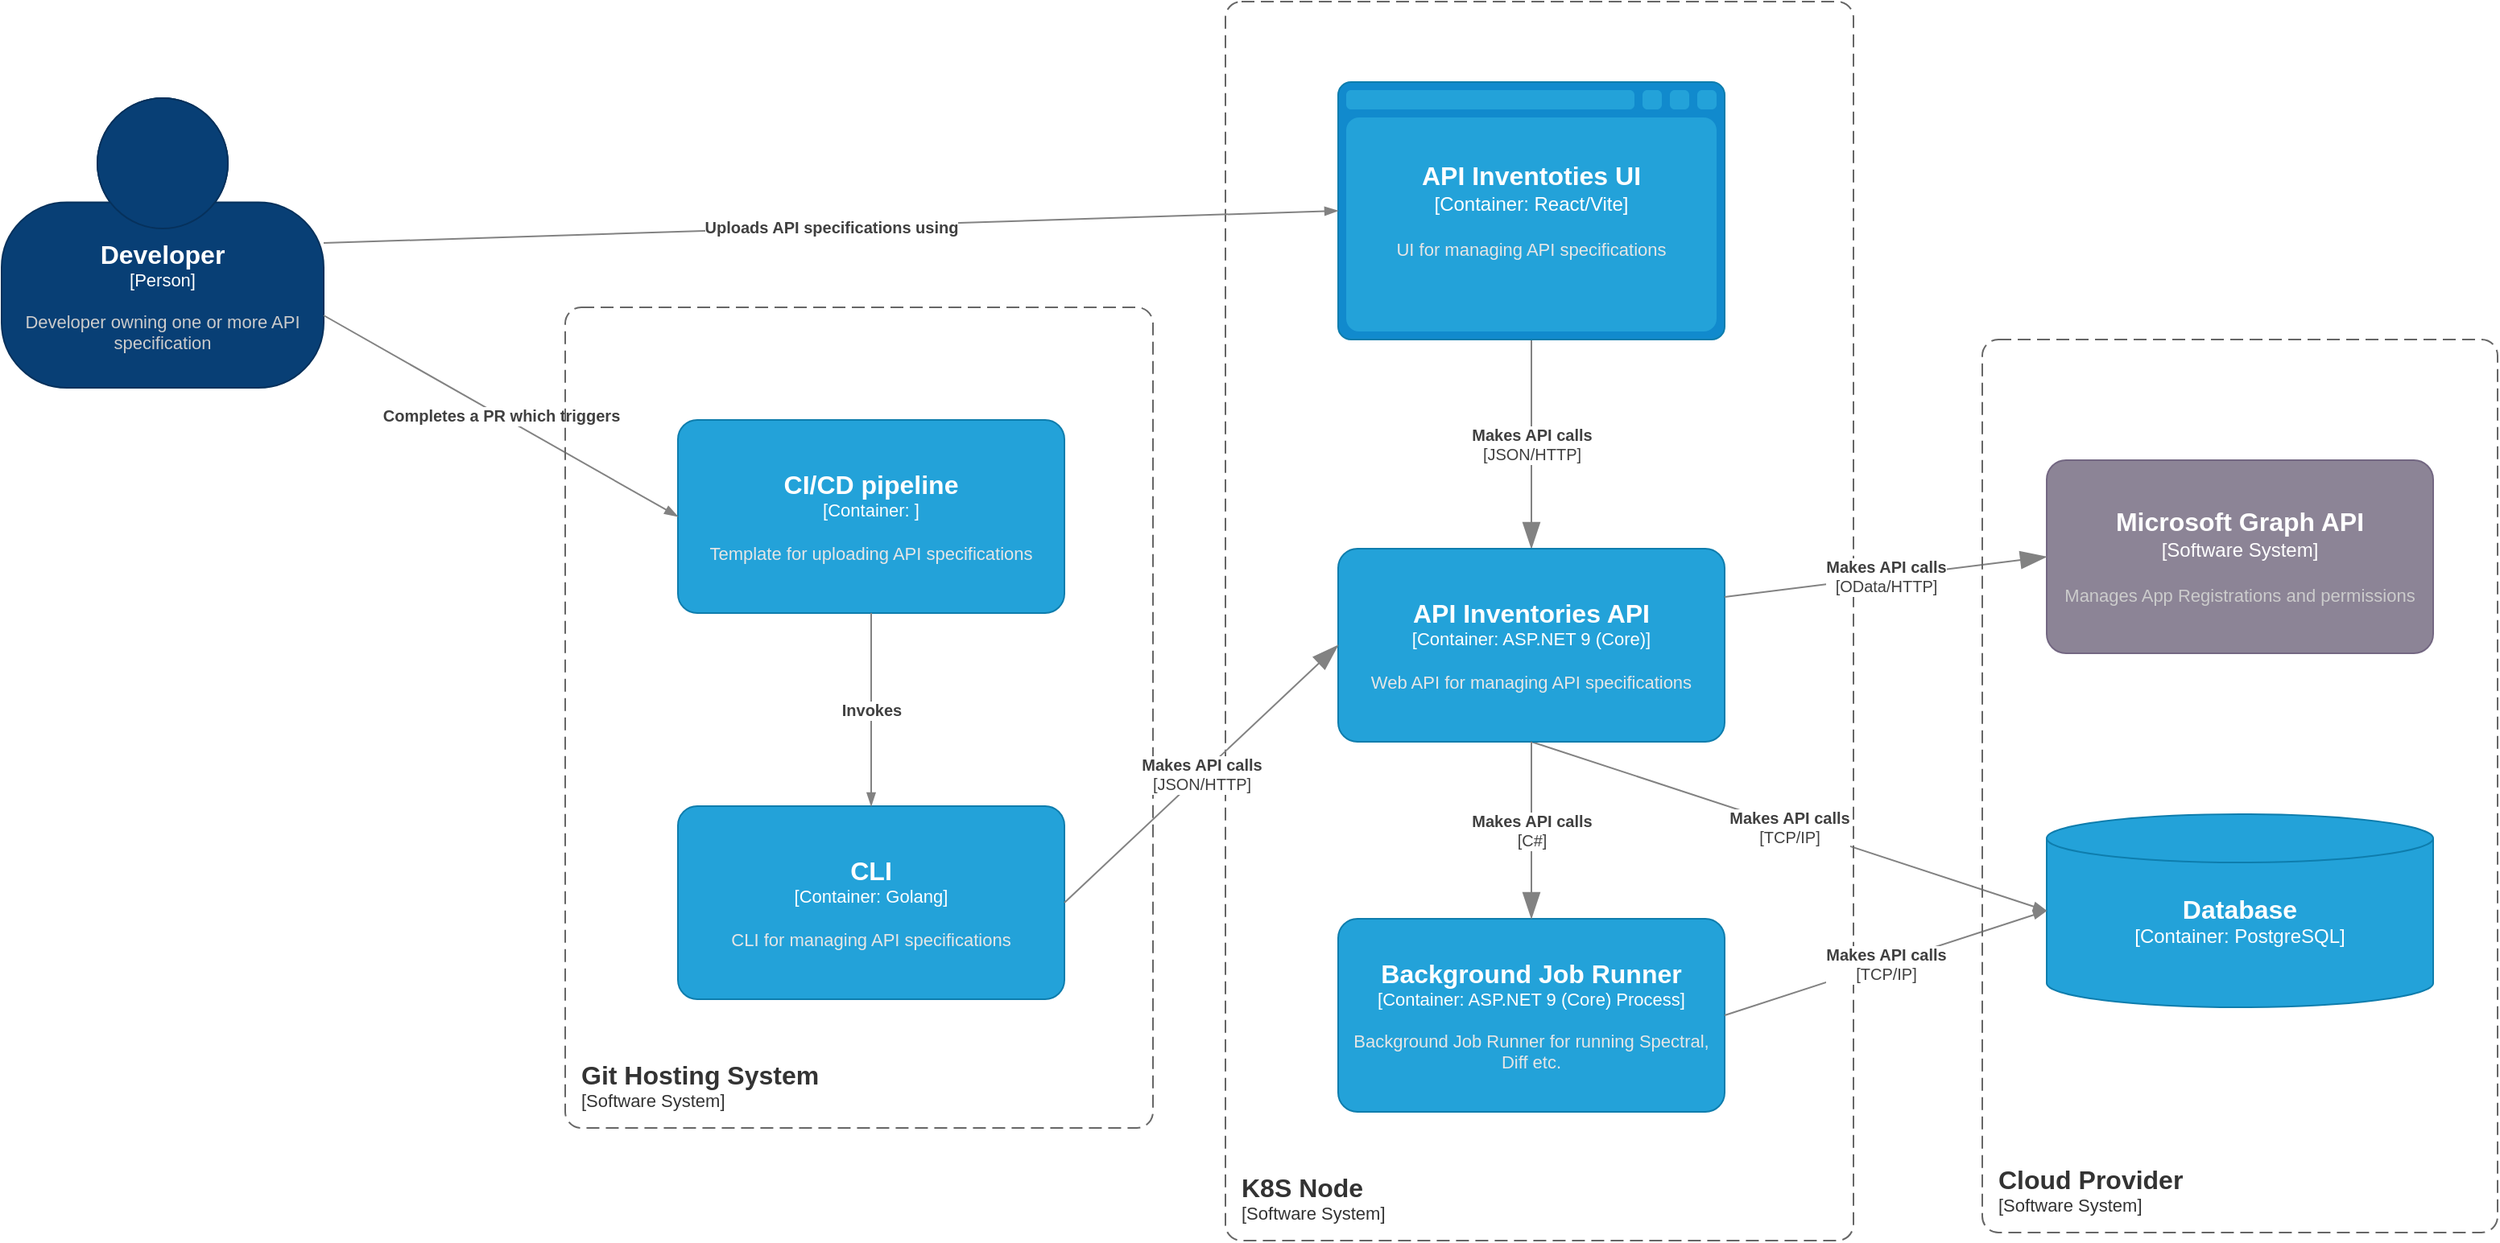
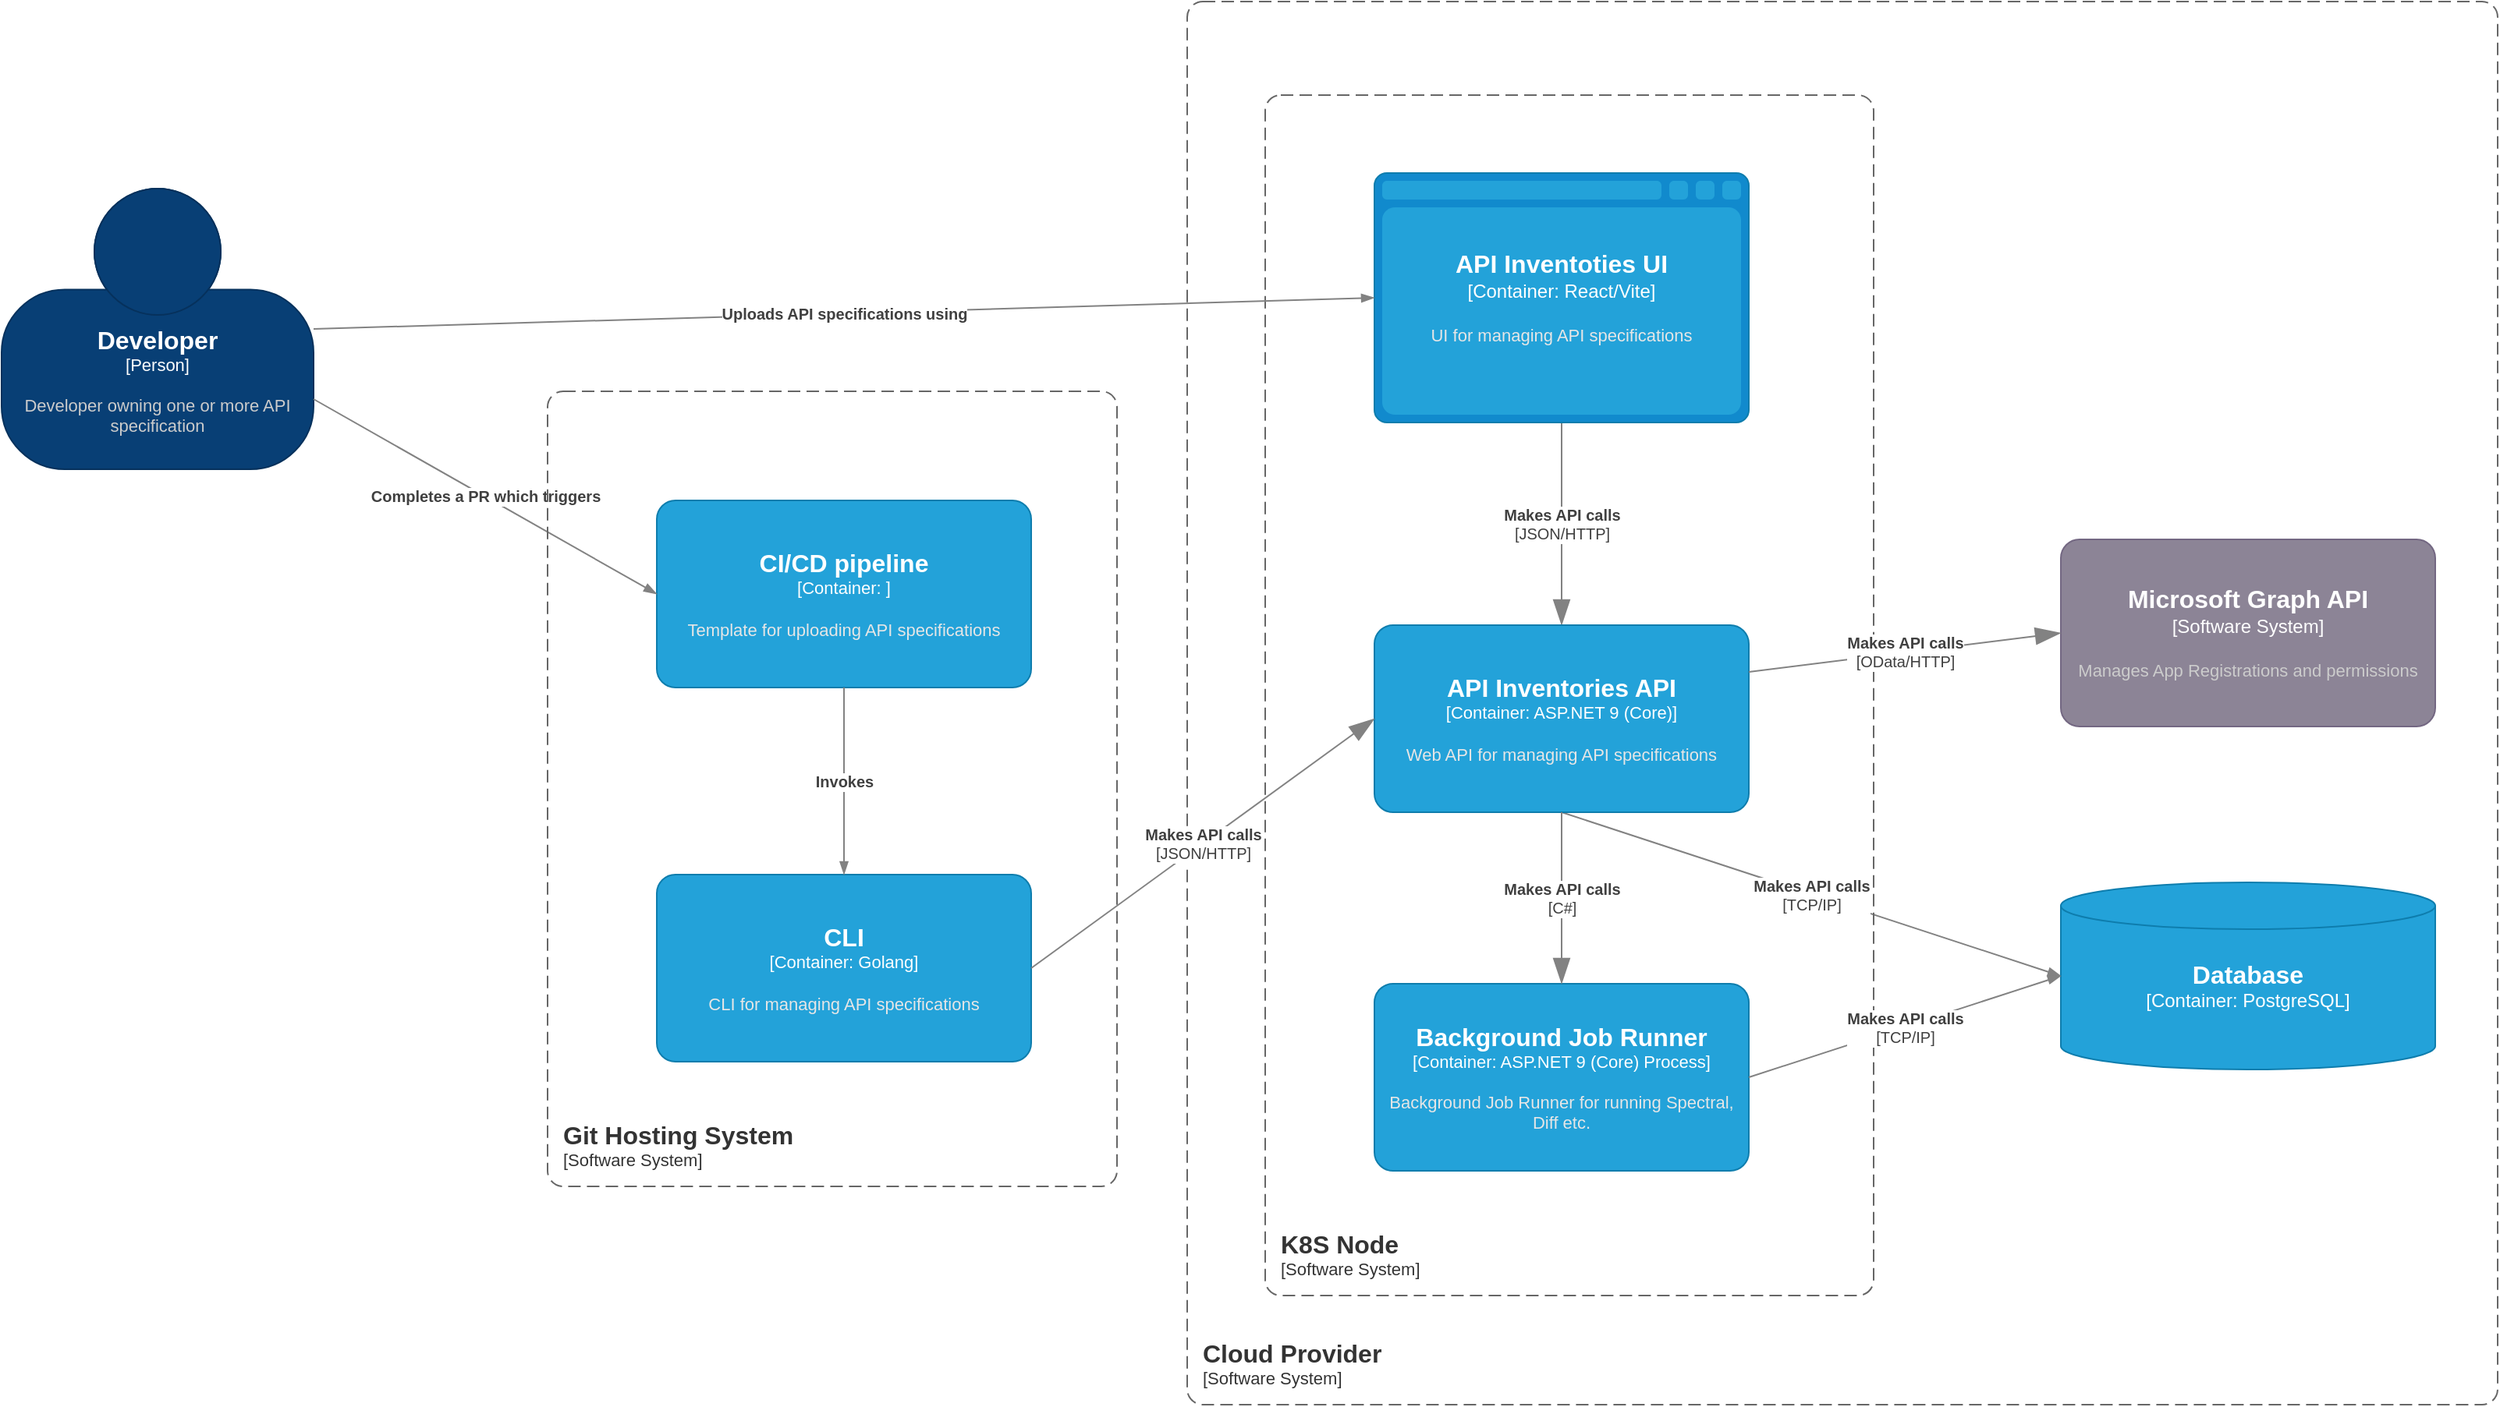
<mxfile host="app.diagrams.net" agent="Mozilla/5.0 (Windows NT 10.0; Win64; x64) AppleWebKit/537.36 (KHTML, like Gecko) Chrome/146.0.0.0 Safari/537.36 Edg/146.0.0.0" version="29.6.4">
  <diagram name="C4 Context &amp; Container" id="fOmqBhYsta5H_jz-EXm5">
-     <mxGraphModel dx="3290" dy="1591" grid="1" gridSize="10" guides="1" tooltips="1" connect="1" arrows="1" fold="1" page="1" pageScale="1" pageWidth="850" pageHeight="1100" math="0" shadow="0">
+     <mxGraphModel dx="2728" dy="1311" grid="1" gridSize="10" guides="1" tooltips="1" connect="1" arrows="1" fold="1" page="1" pageScale="1" pageWidth="850" pageHeight="1100" math="0" shadow="0">
      <root>
        <mxCell id="0" />
        <mxCell id="1" parent="0" />
        <object placeholders="1" c4Type="Relationship" c4Technology="JSON/HTTP" c4Description="Makes API calls" label="&lt;div style=&quot;text-align: left&quot;&gt;&lt;div style=&quot;text-align: center&quot;&gt;&lt;b&gt;%c4Description%&lt;/b&gt;&lt;/div&gt;&lt;div style=&quot;text-align: center&quot;&gt;[%c4Technology%]&lt;/div&gt;&lt;/div&gt;" id="-pspqKJEMBT0f_0I9po2-20">
          <mxCell edge="1" parent="1" source="-pspqKJEMBT0f_0I9po2-53" style="endArrow=blockThin;html=1;fontSize=10;fontColor=#404040;strokeWidth=1;endFill=1;strokeColor=#828282;elbow=vertical;metaEdit=1;endSize=14;startSize=14;jumpStyle=arc;jumpSize=16;rounded=0;edgeStyle=orthogonalEdgeStyle;exitX=0.5;exitY=1;exitDx=0;exitDy=0;exitPerimeter=0;entryX=0.5;entryY=0;entryDx=0;entryDy=0;entryPerimeter=0;" target="-pspqKJEMBT0f_0I9po2-54">
            <mxGeometry relative="1" width="240" as="geometry">
-               <mxPoint x="-260" y="760" as="sourcePoint" />
-               <mxPoint x="-20" y="760" as="targetPoint" />
+               <mxPoint x="-210" y="760" as="sourcePoint" />
+               <mxPoint x="30" y="760" as="targetPoint" />
            </mxGeometry>
          </mxCell>
        </object>
        <object placeholders="1" c4Name="CLI" c4Type="Container" c4Technology="Golang" c4Description="CLI for managing API specifications" label="&lt;font style=&quot;font-size: 16px&quot;&gt;&lt;b&gt;%c4Name%&lt;/b&gt;&lt;/font&gt;&lt;div&gt;[%c4Type%: %c4Technology%]&lt;/div&gt;&lt;br&gt;&lt;div&gt;&lt;font style=&quot;font-size: 11px&quot;&gt;&lt;font color=&quot;#E6E6E6&quot;&gt;%c4Description%&lt;/font&gt;&lt;/div&gt;" id="-pspqKJEMBT0f_0I9po2-23">
          <mxCell parent="1" style="rounded=1;whiteSpace=wrap;html=1;fontSize=11;labelBackgroundColor=none;fillColor=#23A2D9;fontColor=#ffffff;align=center;arcSize=10;strokeColor=#0E7DAD;metaEdit=1;resizable=0;points=[[0.25,0,0],[0.5,0,0],[0.75,0,0],[1,0.25,0],[1,0.5,0],[1,0.75,0],[0.75,1,0],[0.5,1,0],[0.25,1,0],[0,0.75,0],[0,0.5,0],[0,0.25,0]];" vertex="1">
            <mxGeometry height="120" width="240" x="-370" y="650" as="geometry" />
          </mxCell>
        </object>
        <object placeholders="1" c4Name="Developer" c4Type="Person" c4Description="Developer owning one or more API specification" label="&lt;font style=&quot;font-size: 16px&quot;&gt;&lt;b&gt;%c4Name%&lt;/b&gt;&lt;/font&gt;&lt;div&gt;[%c4Type%]&lt;/div&gt;&lt;br&gt;&lt;div&gt;&lt;font style=&quot;font-size: 11px&quot;&gt;&lt;font color=&quot;#cccccc&quot;&gt;%c4Description%&lt;/font&gt;&lt;/div&gt;" id="-pspqKJEMBT0f_0I9po2-50">
          <mxCell parent="1" style="html=1;fontSize=11;dashed=0;whiteSpace=wrap;fillColor=#083F75;strokeColor=#06315C;fontColor=#ffffff;shape=mxgraph.c4.person2;align=center;metaEdit=1;points=[[0.5,0,0],[1,0.5,0],[1,0.75,0],[0.75,1,0],[0.5,1,0],[0.25,1,0],[0,0.75,0],[0,0.5,0]];resizable=0;" vertex="1">
            <mxGeometry height="180" width="200" x="-790" y="210" as="geometry" />
          </mxCell>
        </object>
        <object placeholders="1" c4Type="Relationship" c4Technology="TCP/IP" c4Description="Makes API calls" label="&lt;div style=&quot;text-align: left&quot;&gt;&lt;div style=&quot;text-align: center&quot;&gt;&lt;b&gt;%c4Description%&lt;/b&gt;&lt;/div&gt;&lt;div style=&quot;text-align: center&quot;&gt;[%c4Technology%]&lt;/div&gt;&lt;/div&gt;" id="-pspqKJEMBT0f_0I9po2-51">
          <mxCell edge="1" parent="1" source="-pspqKJEMBT0f_0I9po2-54" style="endArrow=blockThin;html=1;fontSize=10;fontColor=#404040;strokeWidth=1;endFill=1;strokeColor=#828282;elbow=vertical;metaEdit=1;jumpStyle=arc;jumpSize=16;rounded=0;exitX=0.5;exitY=1;exitDx=0;exitDy=0;exitPerimeter=0;entryX=0;entryY=0.5;entryDx=0;entryDy=0;entryPerimeter=0;" target="-pspqKJEMBT0f_0I9po2-55">
            <mxGeometry relative="1" width="240" as="geometry">
-               <mxPoint x="-60" y="840" as="sourcePoint" />
-               <mxPoint x="770" y="570" as="targetPoint" />
+               <mxPoint x="-10" y="840" as="sourcePoint" />
+               <mxPoint x="820" y="570" as="targetPoint" />
            </mxGeometry>
          </mxCell>
        </object>
        <object placeholders="1" c4Name="K8S Node" c4Type="SystemScopeBoundary" c4Application="Software System" label="&lt;font style=&quot;font-size: 16px&quot;&gt;&lt;b&gt;&lt;div style=&quot;text-align: left&quot;&gt;%c4Name%&lt;/div&gt;&lt;/b&gt;&lt;/font&gt;&lt;div style=&quot;text-align: left&quot;&gt;[%c4Application%]&lt;/div&gt;" id="-pspqKJEMBT0f_0I9po2-52">
          <mxCell parent="1" style="rounded=1;fontSize=11;whiteSpace=wrap;html=1;dashed=1;arcSize=20;fillColor=none;strokeColor=#666666;fontColor=#333333;labelBackgroundColor=none;align=left;verticalAlign=bottom;labelBorderColor=none;spacingTop=0;spacing=10;dashPattern=8 4;metaEdit=1;rotatable=0;perimeter=rectanglePerimeter;noLabel=0;labelPadding=0;allowArrows=0;connectable=0;expand=0;recursiveResize=0;editable=1;pointerEvents=0;absoluteArcSize=1;points=[[0.25,0,0],[0.5,0,0],[0.75,0,0],[1,0.25,0],[1,0.5,0],[1,0.75,0],[0.75,1,0],[0.5,1,0],[0.25,1,0],[0,0.75,0],[0,0.5,0],[0,0.25,0]];" vertex="1">
-             <mxGeometry height="770" width="390" x="-30" y="150" as="geometry" />
+             <mxGeometry height="770" width="390" x="20" y="150" as="geometry" />
          </mxCell>
        </object>
        <object placeholders="1" c4Name="API Inventoties UI" c4Type="Container" c4Technology="React/Vite" c4Description="UI for managing API specifications" label="&lt;font style=&quot;font-size: 16px&quot;&gt;&lt;b&gt;%c4Name%&lt;/b&gt;&lt;/font&gt;&lt;div&gt;[%c4Type%:&amp;nbsp;%c4Technology%]&lt;/div&gt;&lt;br&gt;&lt;div&gt;&lt;font style=&quot;font-size: 11px&quot;&gt;&lt;font color=&quot;#E6E6E6&quot;&gt;%c4Description%&lt;/font&gt;&lt;/div&gt;" id="-pspqKJEMBT0f_0I9po2-53">
          <mxCell parent="1" style="shape=mxgraph.c4.webBrowserContainer2;whiteSpace=wrap;html=1;boundedLbl=1;rounded=0;labelBackgroundColor=none;strokeColor=#118ACD;fillColor=#23A2D9;strokeColor=#118ACD;strokeColor2=#0E7DAD;fontSize=12;fontColor=#ffffff;align=center;metaEdit=1;points=[[0.5,0,0],[1,0.25,0],[1,0.5,0],[1,0.75,0],[0.5,1,0],[0,0.75,0],[0,0.5,0],[0,0.25,0]];resizable=0;" vertex="1">
-             <mxGeometry height="160" width="240" x="40" y="200" as="geometry" />
+             <mxGeometry height="160" width="240" x="90" y="200" as="geometry" />
          </mxCell>
        </object>
        <object placeholders="1" c4Name="API Inventories API" c4Type="Container" c4Technology="ASP.NET 9 (Core)" c4Description="Web API for managing API specifications" label="&lt;font style=&quot;font-size: 16px&quot;&gt;&lt;b&gt;%c4Name%&lt;/b&gt;&lt;/font&gt;&lt;div&gt;[%c4Type%: %c4Technology%]&lt;/div&gt;&lt;br&gt;&lt;div&gt;&lt;font style=&quot;font-size: 11px&quot;&gt;&lt;font color=&quot;#E6E6E6&quot;&gt;%c4Description%&lt;/font&gt;&lt;/div&gt;" id="-pspqKJEMBT0f_0I9po2-54">
          <mxCell parent="1" style="rounded=1;whiteSpace=wrap;html=1;fontSize=11;labelBackgroundColor=none;fillColor=#23A2D9;fontColor=#ffffff;align=center;arcSize=10;strokeColor=#0E7DAD;metaEdit=1;resizable=0;points=[[0.25,0,0],[0.5,0,0],[0.75,0,0],[1,0.25,0],[1,0.5,0],[1,0.75,0],[0.75,1,0],[0.5,1,0],[0.25,1,0],[0,0.75,0],[0,0.5,0],[0,0.25,0]];" vertex="1">
-             <mxGeometry height="120" width="240" x="40" y="490" as="geometry" />
+             <mxGeometry height="120" width="240" x="90" y="490" as="geometry" />
          </mxCell>
        </object>
        <object placeholders="1" c4Name="Database" c4Type="Container" c4Technology="PostgreSQL" c4Description="" label="&lt;font style=&quot;font-size: 16px&quot;&gt;&lt;b&gt;%c4Name%&lt;/b&gt;&lt;/font&gt;&lt;div&gt;[%c4Type%:&amp;nbsp;%c4Technology%]&lt;/div&gt;&lt;br&gt;&lt;div&gt;&lt;font style=&quot;font-size: 11px&quot;&gt;&lt;font color=&quot;#E6E6E6&quot;&gt;%c4Description%&lt;/font&gt;&lt;/div&gt;" id="-pspqKJEMBT0f_0I9po2-55">
          <mxCell parent="1" style="shape=cylinder3;size=15;whiteSpace=wrap;html=1;boundedLbl=1;rounded=0;labelBackgroundColor=none;fillColor=#23A2D9;fontSize=12;fontColor=#ffffff;align=center;strokeColor=#0E7DAD;metaEdit=1;points=[[0.5,0,0],[1,0.25,0],[1,0.5,0],[1,0.75,0],[0.5,1,0],[0,0.75,0],[0,0.5,0],[0,0.25,0]];resizable=0;" vertex="1">
-             <mxGeometry height="120" width="240" x="480" y="655" as="geometry" />
+             <mxGeometry height="120" width="240" x="530" y="655" as="geometry" />
          </mxCell>
        </object>
        <object placeholders="1" c4Name="CI/CD pipeline" c4Type="Container" c4Technology="" c4Description="Template for uploading API specifications" label="&lt;font style=&quot;font-size: 16px&quot;&gt;&lt;b&gt;%c4Name%&lt;/b&gt;&lt;/font&gt;&lt;div&gt;[%c4Type%: %c4Technology%]&lt;/div&gt;&lt;br&gt;&lt;div&gt;&lt;font style=&quot;font-size: 11px&quot;&gt;&lt;font color=&quot;#E6E6E6&quot;&gt;%c4Description%&lt;/font&gt;&lt;/div&gt;" id="-pspqKJEMBT0f_0I9po2-56">
          <mxCell parent="1" style="rounded=1;whiteSpace=wrap;html=1;fontSize=11;labelBackgroundColor=none;fillColor=#23A2D9;fontColor=#ffffff;align=center;arcSize=10;strokeColor=#0E7DAD;metaEdit=1;resizable=0;points=[[0.25,0,0],[0.5,0,0],[0.75,0,0],[1,0.25,0],[1,0.5,0],[1,0.75,0],[0.75,1,0],[0.5,1,0],[0.25,1,0],[0,0.75,0],[0,0.5,0],[0,0.25,0]];" vertex="1">
            <mxGeometry height="120" width="240" x="-370" y="410" as="geometry" />
          </mxCell>
        </object>
        <object placeholders="1" c4Name="Background Job Runner" c4Type="Container" c4Technology="ASP.NET 9 (Core) Process" c4Description="Background Job Runner for running Spectral, Diff etc." label="&lt;font style=&quot;font-size: 16px&quot;&gt;&lt;b&gt;%c4Name%&lt;/b&gt;&lt;/font&gt;&lt;div&gt;[%c4Type%: %c4Technology%]&lt;/div&gt;&lt;br&gt;&lt;div&gt;&lt;font style=&quot;font-size: 11px&quot;&gt;&lt;font color=&quot;#E6E6E6&quot;&gt;%c4Description%&lt;/font&gt;&lt;/div&gt;" id="-pspqKJEMBT0f_0I9po2-58">
          <mxCell parent="1" style="rounded=1;whiteSpace=wrap;html=1;fontSize=11;labelBackgroundColor=none;fillColor=#23A2D9;fontColor=#ffffff;align=center;arcSize=10;strokeColor=#0E7DAD;metaEdit=1;resizable=0;points=[[0.25,0,0],[0.5,0,0],[0.75,0,0],[1,0.25,0],[1,0.5,0],[1,0.75,0],[0.75,1,0],[0.5,1,0],[0.25,1,0],[0,0.75,0],[0,0.5,0],[0,0.25,0]];" vertex="1">
-             <mxGeometry height="120" width="240" x="40" y="720" as="geometry" />
+             <mxGeometry height="120" width="240" x="90" y="720" as="geometry" />
          </mxCell>
        </object>
        <object placeholders="1" c4Name="Microsoft Graph API" c4Type="Software System" c4Description="Manages App Registrations and permissions" label="&lt;font style=&quot;font-size: 16px&quot;&gt;&lt;b&gt;%c4Name%&lt;/b&gt;&lt;/font&gt;&lt;div&gt;[%c4Type%]&lt;/div&gt;&lt;br&gt;&lt;div&gt;&lt;font style=&quot;font-size: 11px&quot;&gt;&lt;font color=&quot;#cccccc&quot;&gt;%c4Description%&lt;/font&gt;&lt;/div&gt;" id="-pspqKJEMBT0f_0I9po2-59">
          <mxCell parent="1" style="rounded=1;whiteSpace=wrap;html=1;labelBackgroundColor=none;fillColor=#8C8496;fontColor=#ffffff;align=center;arcSize=10;strokeColor=#736782;metaEdit=1;resizable=0;points=[[0.25,0,0],[0.5,0,0],[0.75,0,0],[1,0.25,0],[1,0.5,0],[1,0.75,0],[0.75,1,0],[0.5,1,0],[0.25,1,0],[0,0.75,0],[0,0.5,0],[0,0.25,0]];" vertex="1">
-             <mxGeometry height="120" width="240" x="480" y="435" as="geometry" />
+             <mxGeometry height="120" width="240" x="530" y="435" as="geometry" />
          </mxCell>
        </object>
        <object placeholders="1" c4Type="Relationship" c4Description="Uploads API specifications using" label="&lt;div style=&quot;text-align: left&quot;&gt;&lt;div style=&quot;text-align: center&quot;&gt;&lt;b&gt;%c4Description%&lt;/b&gt;&lt;/div&gt;" id="-pspqKJEMBT0f_0I9po2-61">
          <mxCell edge="1" parent="1" source="-pspqKJEMBT0f_0I9po2-50" style="endArrow=blockThin;html=1;fontSize=10;fontColor=#404040;strokeWidth=1;endFill=1;strokeColor=#828282;elbow=vertical;metaEdit=1;jumpStyle=arc;jumpSize=16;rounded=0;entryX=0;entryY=0.5;entryDx=0;entryDy=0;entryPerimeter=0;exitX=1;exitY=0.5;exitDx=0;exitDy=0;exitPerimeter=0;" target="-pspqKJEMBT0f_0I9po2-53">
            <mxGeometry relative="1" width="240" as="geometry">
              <mxPoint x="-540" y="280" as="sourcePoint" />
              <mxPoint x="410" y="500" as="targetPoint" />
            </mxGeometry>
          </mxCell>
        </object>
        <object placeholders="1" c4Type="Relationship" c4Description="Completes a PR which triggers" label="&lt;div style=&quot;text-align: left&quot;&gt;&lt;div style=&quot;text-align: center&quot;&gt;&lt;b&gt;%c4Description%&lt;/b&gt;&lt;/div&gt;" id="-pspqKJEMBT0f_0I9po2-62">
          <mxCell edge="1" parent="1" source="-pspqKJEMBT0f_0I9po2-50" style="endArrow=blockThin;html=1;fontSize=10;fontColor=#404040;strokeWidth=1;endFill=1;strokeColor=#828282;elbow=vertical;metaEdit=1;jumpStyle=arc;jumpSize=16;rounded=0;exitX=1;exitY=0.75;exitDx=0;exitDy=0;exitPerimeter=0;entryX=0;entryY=0.5;entryDx=0;entryDy=0;entryPerimeter=0;" target="-pspqKJEMBT0f_0I9po2-56">
            <mxGeometry relative="1" width="240" as="geometry">
              <mxPoint x="560" y="190" as="sourcePoint" />
              <mxPoint x="711" y="346" as="targetPoint" />
            </mxGeometry>
          </mxCell>
        </object>
        <object placeholders="1" c4Type="Relationship" c4Technology="TCP/IP" c4Description="Makes API calls" label="&lt;div style=&quot;text-align: left&quot;&gt;&lt;div style=&quot;text-align: center&quot;&gt;&lt;b&gt;%c4Description%&lt;/b&gt;&lt;/div&gt;&lt;div style=&quot;text-align: center&quot;&gt;[%c4Technology%]&lt;/div&gt;&lt;/div&gt;" id="-pspqKJEMBT0f_0I9po2-64">
          <mxCell edge="1" parent="1" source="-pspqKJEMBT0f_0I9po2-58" style="endArrow=blockThin;html=1;fontSize=10;fontColor=#404040;strokeWidth=1;endFill=1;strokeColor=#828282;elbow=vertical;metaEdit=1;jumpStyle=arc;jumpSize=16;rounded=0;exitX=1;exitY=0.5;exitDx=0;exitDy=0;exitPerimeter=0;entryX=0;entryY=0.5;entryDx=0;entryDy=0;entryPerimeter=0;" target="-pspqKJEMBT0f_0I9po2-55">
            <mxGeometry relative="1" width="240" as="geometry">
-               <mxPoint x="270" y="750" as="sourcePoint" />
-               <mxPoint x="530" y="760" as="targetPoint" />
+               <mxPoint x="320" y="750" as="sourcePoint" />
+               <mxPoint x="580" y="760" as="targetPoint" />
            </mxGeometry>
          </mxCell>
        </object>
        <object placeholders="1" c4Type="Relationship" c4Technology="OData/HTTP" c4Description="Makes API calls" label="&lt;div style=&quot;text-align: left&quot;&gt;&lt;div style=&quot;text-align: center&quot;&gt;&lt;b&gt;%c4Description%&lt;/b&gt;&lt;/div&gt;&lt;div style=&quot;text-align: center&quot;&gt;[%c4Technology%]&lt;/div&gt;&lt;/div&gt;" id="-pspqKJEMBT0f_0I9po2-65">
          <mxCell edge="1" parent="1" source="-pspqKJEMBT0f_0I9po2-54" style="endArrow=blockThin;html=1;fontSize=10;fontColor=#404040;strokeWidth=1;endFill=1;strokeColor=#828282;elbow=vertical;metaEdit=1;endSize=14;startSize=14;jumpStyle=arc;jumpSize=16;rounded=0;exitX=1;exitY=0.25;exitDx=0;exitDy=0;exitPerimeter=0;entryX=0;entryY=0.5;entryDx=0;entryDy=0;entryPerimeter=0;" target="-pspqKJEMBT0f_0I9po2-59">
            <mxGeometry relative="1" width="240" as="geometry">
-               <mxPoint x="410" y="470" as="sourcePoint" />
-               <mxPoint x="410" y="580" as="targetPoint" />
+               <mxPoint x="460" y="470" as="sourcePoint" />
+               <mxPoint x="460" y="580" as="targetPoint" />
            </mxGeometry>
          </mxCell>
        </object>
        <object placeholders="1" c4Name="Cloud Provider" c4Type="SystemScopeBoundary" c4Application="Software System" label="&lt;font style=&quot;font-size: 16px&quot;&gt;&lt;b&gt;&lt;div style=&quot;text-align: left&quot;&gt;%c4Name%&lt;/div&gt;&lt;/b&gt;&lt;/font&gt;&lt;div style=&quot;text-align: left&quot;&gt;[%c4Application%]&lt;/div&gt;" id="JAq_XSBPY7y85tNeJSv4-1">
          <mxCell parent="1" style="rounded=1;fontSize=11;whiteSpace=wrap;html=1;dashed=1;arcSize=20;fillColor=none;strokeColor=#666666;fontColor=#333333;labelBackgroundColor=none;align=left;verticalAlign=bottom;labelBorderColor=none;spacingTop=0;spacing=10;dashPattern=8 4;metaEdit=1;rotatable=0;perimeter=rectanglePerimeter;noLabel=0;labelPadding=0;allowArrows=0;connectable=0;expand=0;recursiveResize=0;editable=1;pointerEvents=0;absoluteArcSize=1;points=[[0.25,0,0],[0.5,0,0],[0.75,0,0],[1,0.25,0],[1,0.5,0],[1,0.75,0],[0.75,1,0],[0.5,1,0],[0.25,1,0],[0,0.75,0],[0,0.5,0],[0,0.25,0]];" vertex="1">
-             <mxGeometry height="555" width="320" x="440" y="360" as="geometry" />
+             <mxGeometry height="900" width="840" x="-30" y="90" as="geometry" />
          </mxCell>
        </object>
        <object placeholders="1" c4Name="Git Hosting System" c4Type="SystemScopeBoundary" c4Application="Software System" label="&lt;font style=&quot;font-size: 16px&quot;&gt;&lt;b&gt;&lt;div style=&quot;text-align: left&quot;&gt;%c4Name%&lt;/div&gt;&lt;/b&gt;&lt;/font&gt;&lt;div style=&quot;text-align: left&quot;&gt;[%c4Application%]&lt;/div&gt;" id="JAq_XSBPY7y85tNeJSv4-2">
          <mxCell parent="1" style="rounded=1;fontSize=11;whiteSpace=wrap;html=1;dashed=1;arcSize=20;fillColor=none;strokeColor=#666666;fontColor=#333333;labelBackgroundColor=none;align=left;verticalAlign=bottom;labelBorderColor=none;spacingTop=0;spacing=10;dashPattern=8 4;metaEdit=1;rotatable=0;perimeter=rectanglePerimeter;noLabel=0;labelPadding=0;allowArrows=0;connectable=0;expand=0;recursiveResize=0;editable=1;pointerEvents=0;absoluteArcSize=1;points=[[0.25,0,0],[0.5,0,0],[0.75,0,0],[1,0.25,0],[1,0.5,0],[1,0.75,0],[0.75,1,0],[0.5,1,0],[0.25,1,0],[0,0.75,0],[0,0.5,0],[0,0.25,0]];" vertex="1">
            <mxGeometry height="510" width="365" x="-440" y="340" as="geometry" />
          </mxCell>
        </object>
        <object placeholders="1" c4Type="Relationship" c4Description="Invokes" label="&lt;div style=&quot;text-align: left&quot;&gt;&lt;div style=&quot;text-align: center&quot;&gt;&lt;b&gt;%c4Description%&lt;/b&gt;&lt;/div&gt;" id="JAq_XSBPY7y85tNeJSv4-3">
          <mxCell edge="1" parent="1" source="-pspqKJEMBT0f_0I9po2-56" style="endArrow=blockThin;html=1;fontSize=10;fontColor=#404040;strokeWidth=1;endFill=1;strokeColor=#828282;elbow=vertical;metaEdit=1;jumpStyle=arc;jumpSize=16;rounded=0;entryX=0.5;entryY=0;entryDx=0;entryDy=0;entryPerimeter=0;exitX=0.5;exitY=1;exitDx=0;exitDy=0;exitPerimeter=0;" target="-pspqKJEMBT0f_0I9po2-23">
            <mxGeometry relative="1" width="240" as="geometry">
              <mxPoint x="-200" y="600" as="sourcePoint" />
              <mxPoint x="-150" y="515" as="targetPoint" />
            </mxGeometry>
          </mxCell>
        </object>
        <object placeholders="1" c4Type="Relationship" c4Technology="C#" c4Description="Makes API calls" label="&lt;div style=&quot;text-align: left&quot;&gt;&lt;div style=&quot;text-align: center&quot;&gt;&lt;b&gt;%c4Description%&lt;/b&gt;&lt;/div&gt;&lt;div style=&quot;text-align: center&quot;&gt;[%c4Technology%]&lt;/div&gt;&lt;/div&gt;" id="JAq_XSBPY7y85tNeJSv4-4">
          <mxCell edge="1" parent="1" source="-pspqKJEMBT0f_0I9po2-54" style="endArrow=blockThin;html=1;fontSize=10;fontColor=#404040;strokeWidth=1;endFill=1;strokeColor=#828282;elbow=vertical;metaEdit=1;endSize=14;startSize=14;jumpStyle=arc;jumpSize=16;rounded=0;edgeStyle=orthogonalEdgeStyle;exitX=0.5;exitY=1;exitDx=0;exitDy=0;exitPerimeter=0;entryX=0.5;entryY=0;entryDx=0;entryDy=0;entryPerimeter=0;" target="-pspqKJEMBT0f_0I9po2-58">
            <mxGeometry relative="1" width="240" as="geometry">
-               <mxPoint x="200" y="660" as="sourcePoint" />
-               <mxPoint x="200" y="790" as="targetPoint" />
+               <mxPoint x="250" y="660" as="sourcePoint" />
+               <mxPoint x="250" y="790" as="targetPoint" />
            </mxGeometry>
          </mxCell>
        </object>
        <object placeholders="1" c4Type="Relationship" c4Technology="JSON/HTTP" c4Description="Makes API calls" label="&lt;div style=&quot;text-align: left&quot;&gt;&lt;div style=&quot;text-align: center&quot;&gt;&lt;b&gt;%c4Description%&lt;/b&gt;&lt;/div&gt;&lt;div style=&quot;text-align: center&quot;&gt;[%c4Technology%]&lt;/div&gt;&lt;/div&gt;" id="JAq_XSBPY7y85tNeJSv4-5">
          <mxCell edge="1" parent="1" source="-pspqKJEMBT0f_0I9po2-23" style="endArrow=blockThin;html=1;fontSize=10;fontColor=#404040;strokeWidth=1;endFill=1;strokeColor=#828282;elbow=vertical;metaEdit=1;endSize=14;startSize=14;jumpStyle=arc;jumpSize=16;rounded=0;exitX=1;exitY=0.5;exitDx=0;exitDy=0;exitPerimeter=0;entryX=0;entryY=0.5;entryDx=0;entryDy=0;entryPerimeter=0;" target="-pspqKJEMBT0f_0I9po2-54">
            <mxGeometry relative="1" width="240" as="geometry">
              <mxPoint x="150" y="600" as="sourcePoint" />
              <mxPoint x="150" y="730" as="targetPoint" />
            </mxGeometry>
          </mxCell>
        </object>
      </root>
    </mxGraphModel>
  </diagram>
</mxfile>
